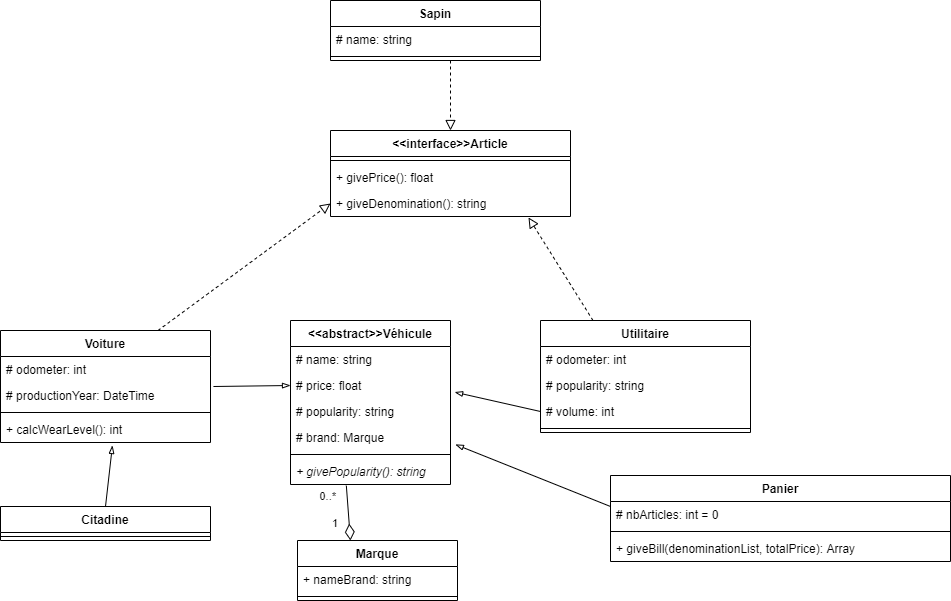
Earlier version of the draw.io export docs/evaluation-garage.png (David-49/garage). Source tidied: cells renumbered, new cells last; positions are measured from the earlier drawing's top-left corner, leaving out a move shared by most shapes.
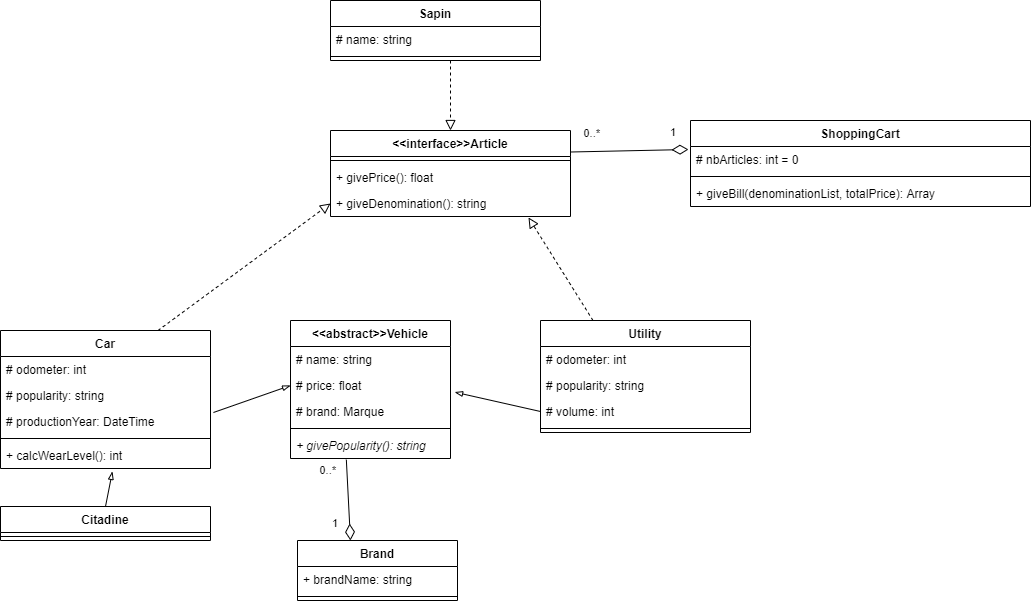
The same diagram one commit later.

Diff of the diagram source:
```diff
@@ -14,17 +14,17 @@
     <mxCell id="5" value="+ giveDenomination(): string" style="text;strokeColor=none;fillColor=none;align=left;verticalAlign=top;spacingLeft=4;spacingRight=4;overflow=hidden;points=[[0,0.5],[1,0.5]];portConstraint=eastwest;" parent="2" vertex="1">
       <mxGeometry y="60" width="240" height="26" as="geometry" />
     </mxCell>
-    <mxCell id="6" value="Marque" style="swimlane;fontStyle=1;align=center;verticalAlign=top;horizontal=1;startSize=26;" parent="1" vertex="1">
+    <mxCell id="6" value="Brand" style="swimlane;fontStyle=1;align=center;verticalAlign=top;horizontal=1;startSize=26;" parent="1" vertex="1">
       <mxGeometry x="297" y="540" width="160" height="60" as="geometry" />
     </mxCell>
-    <mxCell id="7" value="+ nameBrand: string" style="text;strokeColor=none;fillColor=none;align=left;verticalAlign=top;spacingLeft=4;spacingRight=4;overflow=hidden;" parent="6" vertex="1">
+    <mxCell id="7" value="+ brandName: string" style="text;strokeColor=none;fillColor=none;align=left;verticalAlign=top;spacingLeft=4;spacingRight=4;overflow=hidden;" parent="6" vertex="1">
       <mxGeometry y="26" width="160" height="26" as="geometry" />
     </mxCell>
     <mxCell id="8" style="line;strokeWidth=1;fillColor=none;align=left;verticalAlign=middle;spacingTop=-1;spacingLeft=3;spacingRight=3;labelPosition=right;" parent="6" vertex="1">
       <mxGeometry y="52" width="160" height="8" as="geometry" />
     </mxCell>
-    <mxCell id="9" value="&lt;&lt;abstract&gt;&gt;Véhicule" style="swimlane;fontStyle=1;align=center;verticalAlign=top;horizontal=1;startSize=26;" parent="1" vertex="1">
-      <mxGeometry x="290" y="320" width="160" height="164" as="geometry" />
+    <mxCell id="9" value="&lt;&lt;abstract&gt;&gt;Vehicle" style="swimlane;fontStyle=1;align=center;verticalAlign=top;horizontal=1;startSize=26;" parent="1" vertex="1">
+      <mxGeometry x="290" y="320" width="160" height="138" as="geometry" />
     </mxCell>
     <mxCell id="10" value="# name: string" style="text;strokeColor=none;fillColor=none;align=left;verticalAlign=top;spacingLeft=4;spacingRight=4;overflow=hidden;" parent="9" vertex="1">
       <mxGeometry y="26" width="160" height="26" as="geometry" />
@@ -32,32 +32,32 @@
     <mxCell id="11" value="# price: float" style="text;strokeColor=none;fillColor=none;align=left;verticalAlign=top;spacingLeft=4;spacingRight=4;overflow=hidden;points=[[0,0.5],[1,0.5]];portConstraint=eastwest;" parent="9" vertex="1">
       <mxGeometry y="52" width="160" height="26" as="geometry" />
     </mxCell>
-    <mxCell id="12" value="# popularity: string" style="text;strokeColor=none;fillColor=none;align=left;verticalAlign=top;spacingLeft=4;spacingRight=4;overflow=hidden;" parent="9" vertex="1">
-      <mxGeometry y="78" width="160" height="26" as="geometry" />
-    </mxCell>
     <mxCell id="13" value="# brand: Marque" style="text;strokeColor=none;fillColor=none;align=left;verticalAlign=top;spacingLeft=4;spacingRight=4;overflow=hidden;points=[[0,0.5],[1,0.5]];portConstraint=eastwest;" parent="9" vertex="1">
-      <mxGeometry y="104" width="160" height="26" as="geometry" />
+      <mxGeometry y="78" width="160" height="26" as="geometry" />
     </mxCell>
     <mxCell id="14" style="line;strokeWidth=1;fillColor=none;align=left;verticalAlign=middle;spacingTop=-1;spacingLeft=3;spacingRight=3;labelPosition=right;" parent="9" vertex="1">
-      <mxGeometry y="130" width="160" height="8" as="geometry" />
+      <mxGeometry y="104" width="160" height="8" as="geometry" />
     </mxCell>
     <mxCell id="15" value="+ givePopularity(): string" style="text;strokeColor=none;fillColor=none;align=left;verticalAlign=top;spacingLeft=4;spacingRight=4;overflow=hidden;points=[[0,0.5],[1,0.5]];portConstraint=eastwest;fontStyle=2;" parent="9" vertex="1">
-      <mxGeometry y="138" width="160" height="26" as="geometry" />
+      <mxGeometry y="112" width="160" height="26" as="geometry" />
     </mxCell>
-    <mxCell id="16" value="Voiture" style="swimlane;fontStyle=1;align=center;verticalAlign=top;horizontal=1;startSize=26;" parent="1" vertex="1">
-      <mxGeometry y="330" width="210" height="112" as="geometry" />
+    <mxCell id="16" value="Car" style="swimlane;fontStyle=1;align=center;verticalAlign=top;horizontal=1;startSize=26;" parent="1" vertex="1">
+      <mxGeometry y="330" width="210" height="138" as="geometry" />
     </mxCell>
     <mxCell id="17" value="# odometer: int" style="text;strokeColor=none;fillColor=none;align=left;verticalAlign=top;spacingLeft=4;spacingRight=4;overflow=hidden;" parent="16" vertex="1">
       <mxGeometry y="26" width="210" height="26" as="geometry" />
     </mxCell>
+    <mxCell id="12" value="# popularity: string" style="text;strokeColor=none;fillColor=none;align=left;verticalAlign=top;spacingLeft=4;spacingRight=4;overflow=hidden;" parent="16" vertex="1">
+      <mxGeometry y="52" width="210" height="26" as="geometry" />
+    </mxCell>
     <mxCell id="18" value="# productionYear: DateTime" style="text;strokeColor=none;fillColor=none;align=left;verticalAlign=top;spacingLeft=4;spacingRight=4;overflow=hidden;points=[[0,0.5],[1,0.5]];portConstraint=eastwest;" parent="16" vertex="1">
-      <mxGeometry y="52" width="210" height="26" as="geometry" />
+      <mxGeometry y="78" width="210" height="26" as="geometry" />
     </mxCell>
     <mxCell id="19" style="line;strokeWidth=1;fillColor=none;align=left;verticalAlign=middle;spacingTop=-1;spacingLeft=3;spacingRight=3;labelPosition=right;" parent="16" vertex="1">
-      <mxGeometry y="78" width="210" height="8" as="geometry" />
+      <mxGeometry y="104" width="210" height="8" as="geometry" />
     </mxCell>
     <mxCell id="20" value="+ calcWearLevel(): int" style="text;strokeColor=none;fillColor=none;align=left;verticalAlign=top;spacingLeft=4;spacingRight=4;overflow=hidden;points=[[0,0.5],[1,0.5]];portConstraint=eastwest;fontStyle=0;" parent="16" vertex="1">
-      <mxGeometry y="86" width="210" height="26" as="geometry" />
+      <mxGeometry y="112" width="210" height="26" as="geometry" />
     </mxCell>
     <mxCell id="21" value="Citadine" style="swimlane;fontStyle=1;align=center;verticalAlign=top;horizontal=1;startSize=26;" parent="1" vertex="1">
       <mxGeometry y="506" width="210" height="34" as="geometry" />
@@ -65,7 +65,7 @@
     <mxCell id="22" style="line;strokeWidth=1;fillColor=none;align=left;verticalAlign=middle;spacingTop=-1;spacingLeft=3;spacingRight=3;labelPosition=right;" parent="21" vertex="1">
       <mxGeometry y="26" width="210" height="8" as="geometry" />
     </mxCell>
-    <mxCell id="23" value="Utilitaire" style="swimlane;fontStyle=1;align=center;verticalAlign=top;horizontal=1;startSize=26;" parent="1" vertex="1">
+    <mxCell id="23" value="Utility" style="swimlane;fontStyle=1;align=center;verticalAlign=top;horizontal=1;startSize=26;" parent="1" vertex="1">
       <mxGeometry x="540" y="320" width="210" height="112" as="geometry" />
     </mxCell>
     <mxCell id="24" value="# odometer: int" style="text;strokeColor=none;fillColor=none;align=left;verticalAlign=top;spacingLeft=4;spacingRight=4;overflow=hidden;" parent="23" vertex="1">
@@ -89,8 +89,8 @@
     <mxCell id="30" style="line;strokeWidth=1;fillColor=none;align=left;verticalAlign=middle;spacingTop=-1;spacingLeft=3;spacingRight=3;labelPosition=right;" parent="28" vertex="1">
       <mxGeometry y="52" width="210" height="8" as="geometry" />
     </mxCell>
-    <mxCell id="31" value="Panier" style="swimlane;fontStyle=1;align=center;verticalAlign=top;horizontal=1;startSize=26;" parent="1" vertex="1">
-      <mxGeometry x="610" y="475" width="340" height="86" as="geometry" />
+    <mxCell id="31" value="ShoppingCart" style="swimlane;fontStyle=1;align=center;verticalAlign=top;horizontal=1;startSize=26;" parent="1" vertex="1">
+      <mxGeometry x="690" y="120" width="340" height="86" as="geometry" />
     </mxCell>
     <mxCell id="32" value="# nbArticles: int = 0" style="text;strokeColor=none;fillColor=none;align=left;verticalAlign=top;spacingLeft=4;spacingRight=4;overflow=hidden;points=[[0,0.5],[1,0.5]];portConstraint=eastwest;" parent="31" vertex="1">
       <mxGeometry y="26" width="340" height="26" as="geometry" />
@@ -134,10 +134,18 @@
         <mxPoint x="450" y="60" as="sourcePoint" />
       </mxGeometry>
     </mxCell>
-    <mxCell id="44" style="endArrow=blockThin;html=1;endFill=0;entryX=1.031;entryY=0.769;entryDx=0;entryDy=0;entryPerimeter=0;" parent="1" edge="1" target="13">
-      <mxGeometry relative="1" as="geometry">
-        <mxPoint x="610" y="506" as="sourcePoint" />
-      </mxGeometry>
-    </mxCell>
+    <mxCell id="45" style="endArrow=none;html=1;endSize=12;startArrow=diamondThin;startSize=14;startFill=0;exitX=-0.006;exitY=0.115;exitDx=0;exitDy=0;entryX=1;entryY=0.25;entryDx=0;entryDy=0;endFill=0;exitPerimeter=0;" parent="1" edge="1" source="32" target="2">
+      <mxGeometry x="-0.2" y="48" relative="1" as="geometry" />
+    </mxCell>
+    <mxCell id="46" value="1" style="edgeLabel;html=1;align=left;verticalAlign=top;" parent="45" vertex="1">
+      <mxGeometry x="-1" relative="1" as="geometry">
+        <mxPoint x="-20" y="-30" as="offset" />
+      </mxGeometry>
+    </mxCell>
+    <mxCell id="47" value="0..*" style="edgeLabel;html=1;align=right;verticalAlign=top;" parent="45" vertex="1">
+      <mxGeometry x="1" relative="1" as="geometry">
+        <mxPoint x="30" y="-31.5" as="offset" />
+      </mxGeometry>
+    </mxCell>
   </root>
 </mxGraphModel>
```
